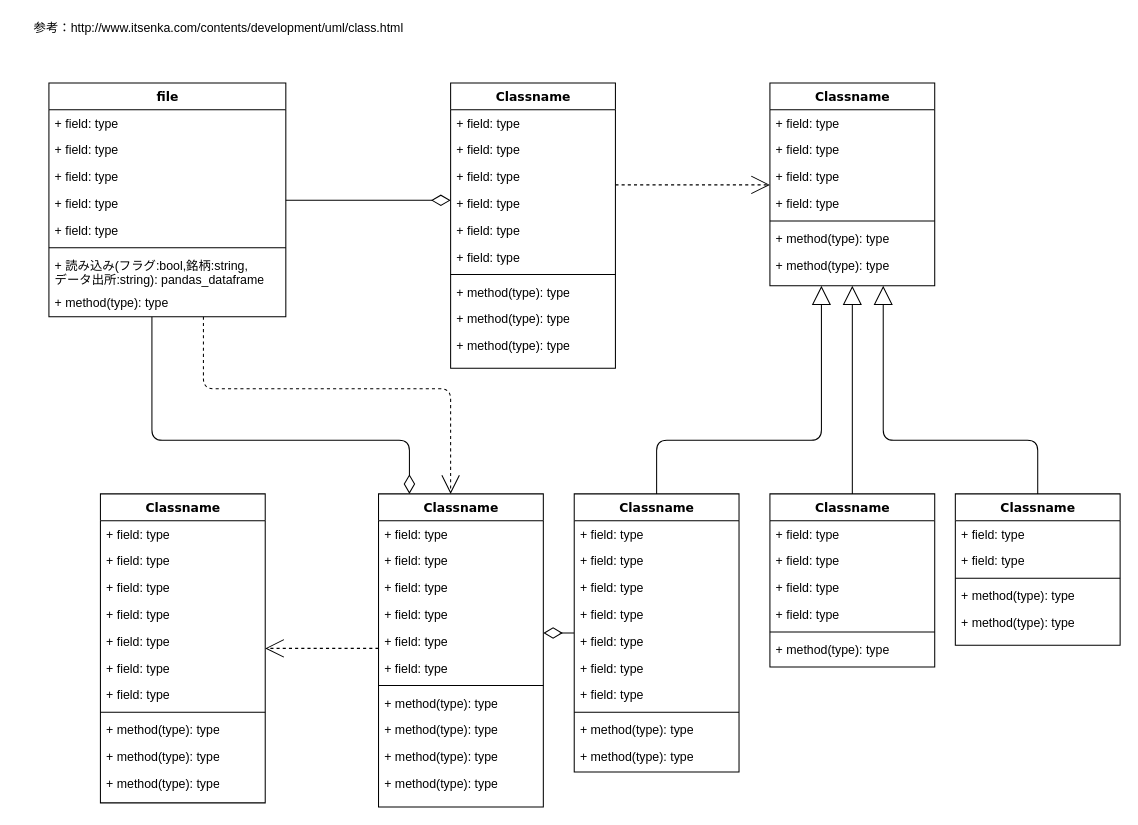
The draw.io diagram stockchart.drawio in Uyaya/intro_git, before the edit. Source tidied: cells renumbered, new cells numbered last; positions are measured from the earlier drawing's top-left corner, leaving out a move shared by most shapes. Both pictures are drawn from the tidied source at 103%, with x=0, y=0 at pixel (18, 18).
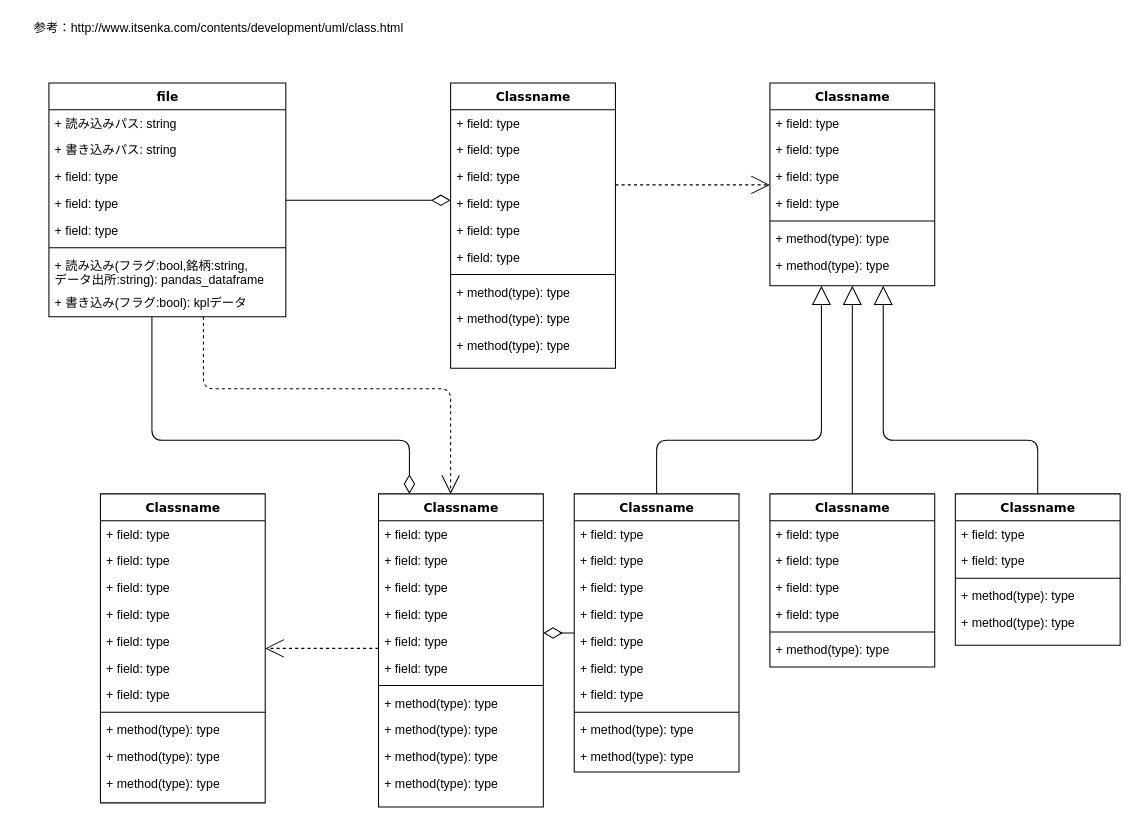
After the change.

Unchanged cells that the change refers to:
```xml
<mxCell id="4" value="file" style="swimlane;html=1;fontStyle=1;align=center;verticalAlign=top;horizontal=1;startSize=26;swimlaneFillColor=#ffffff;rounded=0;shadow=0;comic=0;labelBackgroundColor=none;strokeWidth=1;fillColor=none;fontFamily=Verdana;fontSize=12;" parent="1" vertex="1">
  <mxGeometry x="30" y="63" width="230" height="227" as="geometry" />
</mxCell>
```

Change to the diagram source:
```diff
@@
-    <mxCell id="5" value="+ field: type" style="text;html=1;strokeColor=none;fillColor=none;align=left;verticalAlign=top;spacingLeft=4;spacingRight=4;whiteSpace=wrap;overflow=hidden;" parent="4" vertex="1">
+    <mxCell id="5" value="+ 読み込みパス: string" style="text;html=1;strokeColor=none;fillColor=none;align=left;verticalAlign=top;spacingLeft=4;spacingRight=4;whiteSpace=wrap;overflow=hidden;" parent="4" vertex="1">
       <mxGeometry y="26" width="230" height="26" as="geometry" />
     </mxCell>
-    <mxCell id="6" value="+ field: type" style="text;html=1;strokeColor=none;fillColor=none;align=left;verticalAlign=top;spacingLeft=4;spacingRight=4;whiteSpace=wrap;overflow=hidden;" parent="4" vertex="1">
+    <mxCell id="6" value="+ 書き込みパス: string" style="text;html=1;strokeColor=none;fillColor=none;align=left;verticalAlign=top;spacingLeft=4;spacingRight=4;whiteSpace=wrap;overflow=hidden;" parent="4" vertex="1">
       <mxGeometry y="52" width="230" height="26" as="geometry" />
     </mxCell>
@@
-    <mxCell id="12" value="+ method(type): type" style="text;html=1;strokeColor=none;fillColor=none;align=left;verticalAlign=top;spacingLeft=4;spacingRight=4;whiteSpace=wrap;overflow=hidden;" parent="4" vertex="1">
+    <mxCell id="12" value="+ 書き込み(フラグ:bool): kplデータ" style="text;html=1;strokeColor=none;fillColor=none;align=left;verticalAlign=top;spacingLeft=4;spacingRight=4;whiteSpace=wrap;overflow=hidden;" parent="4" vertex="1">
       <mxGeometry y="200" width="230" height="26" as="geometry" />
     </mxCell>
```
